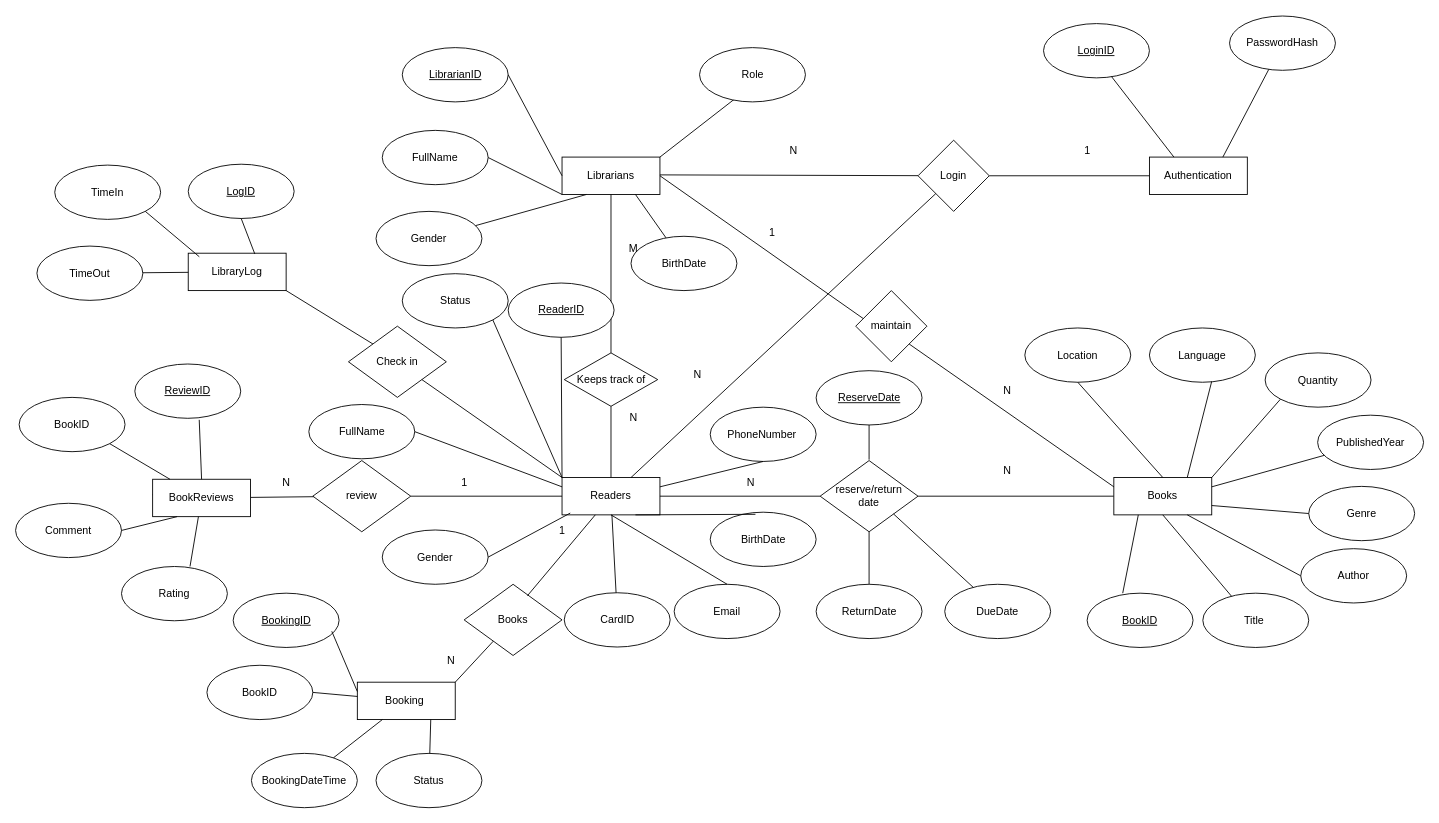
thanhpro0802/demo keeps this draw.io diagram as .idea/library.drawio. Above is the earlier version. Source tidied: cells renumbered, new cells numbered last; positions are measured from the earlier drawing's top-left corner, leaving out a move shared by most shapes. Both pictures are drawn from the tidied source at 89%, with x=0, y=0 at pixel (15, 16).
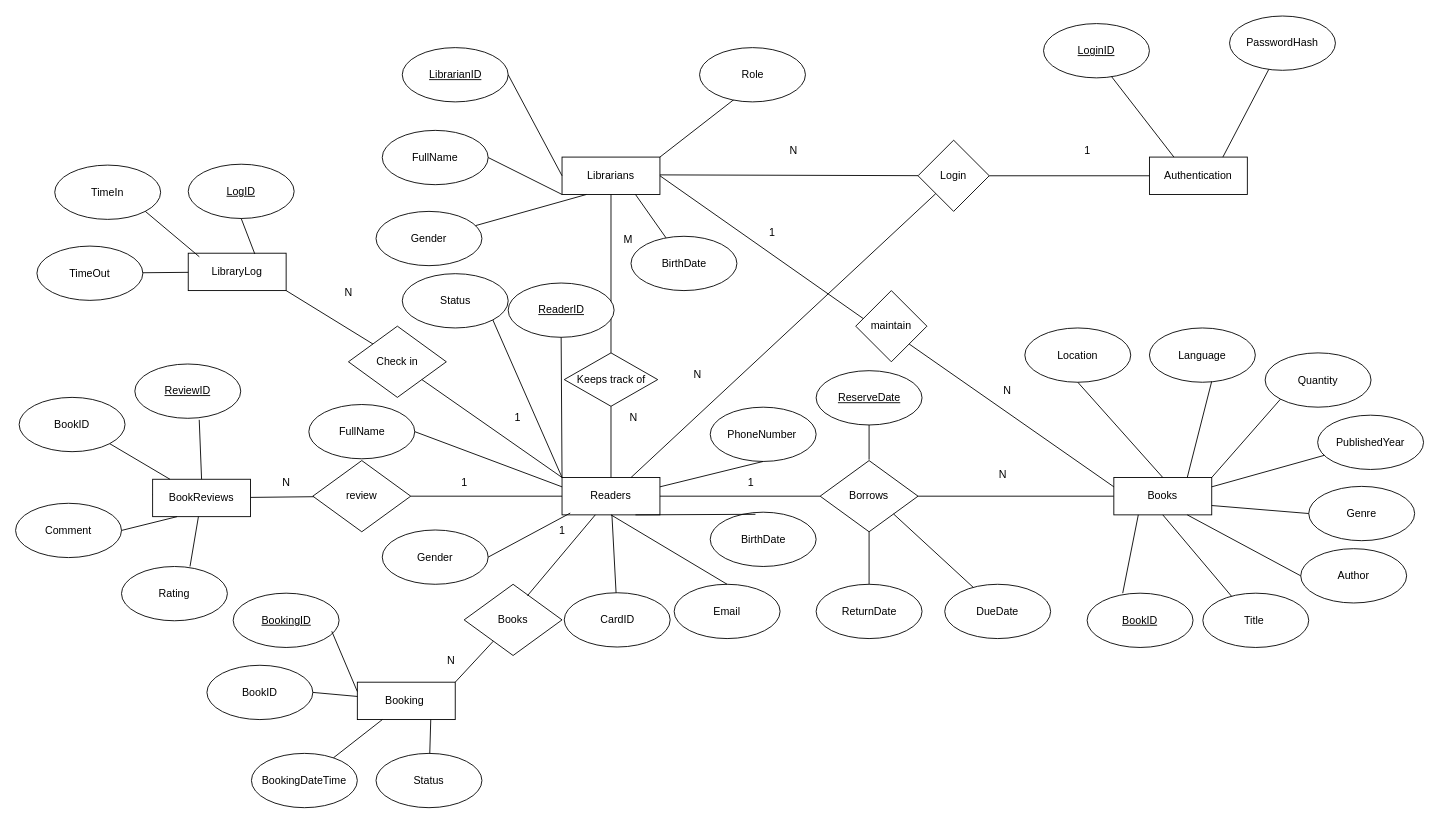
The same page after the edit.

Diff of the diagram source:
```diff
@@
-    <mxCell id="29" value="reserve/return&lt;div&gt;date&lt;/div&gt;" style="rhombus;whiteSpace=wrap;html=1;" parent="1" vertex="1">
+    <mxCell id="29" value="&lt;p data-pm-slice=&quot;1 1 [&amp;quot;document&amp;quot;,{&amp;quot;aiOptions&amp;quot;:{&amp;quot;preserveLayouts&amp;quot;:false,&amp;quot;imageOptions&amp;quot;:{&amp;quot;stylePreset&amp;quot;:&amp;quot;Theme&amp;quot;,&amp;quot;model&amp;quot;:&amp;quot;flux-1-schnell&amp;quot;,&amp;quot;stylePrompt&amp;quot;:&amp;quot;&amp;quot;}},&amp;quot;docId&amp;quot;:&amp;quot;orvs0xtj572afgd&amp;quot;,&amp;quot;background&amp;quot;:{&amp;quot;type&amp;quot;:&amp;quot;none&amp;quot;},&amp;quot;docFlags&amp;quot;:{&amp;quot;cardLayoutsEnabled&amp;quot;:true},&amp;quot;format&amp;quot;:&amp;quot;deck&amp;quot;,&amp;quot;customCode&amp;quot;:{},&amp;quot;settings&amp;quot;:{&amp;quot;defaultFullBleed&amp;quot;:&amp;quot;contained&amp;quot;,&amp;quot;stylesDerivedFrom&amp;quot;:&amp;quot;deck_default&amp;quot;,&amp;quot;cardDimensions&amp;quot;:&amp;quot;fluid&amp;quot;,&amp;quot;verticalAlign&amp;quot;:&amp;quot;center&amp;quot;,&amp;quot;defaultContentWidth&amp;quot;:&amp;quot;lg&amp;quot;,&amp;quot;fontSize&amp;quot;:&amp;quot;md&amp;quot;,&amp;quot;scaleContentToFit&amp;quot;:false,&amp;quot;animationsEnabled&amp;quot;:true},&amp;quot;generateStatus&amp;quot;:&amp;quot;done&amp;quot;,&amp;quot;generateInfo&amp;quot;:{&amp;quot;interactionId&amp;quot;:&amp;quot;kksklp9bnl08gh0&amp;quot;,&amp;quot;streamId&amp;quot;:&amp;quot;orvs0xtj572afgd&amp;quot;,&amp;quot;lastEventId&amp;quot;:&amp;quot;8&amp;quot;,&amp;quot;lastCompletedCardId&amp;quot;:&amp;quot;9kb31erje68ktce&amp;quot;,&amp;quot;lastCompletedCardIndex&amp;quot;:7}},&amp;quot;card&amp;quot;,{&amp;quot;id&amp;quot;:&amp;quot;xo8jdp2xe6d6utm&amp;quot;,&amp;quot;previewContent&amp;quot;:null,&amp;quot;background&amp;quot;:{&amp;quot;type&amp;quot;:&amp;quot;none&amp;quot;},&amp;quot;container&amp;quot;:{},&amp;quot;cardSize&amp;quot;:&amp;quot;default&amp;quot;,&amp;quot;layout&amp;quot;:&amp;quot;blank&amp;quot;,&amp;quot;layoutTemplateColumns&amp;quot;:null,&amp;quot;layoutTemplateRows&amp;quot;:null,&amp;quot;verticalAlign&amp;quot;:null,&amp;quot;generatorInput&amp;quot;:null,&amp;quot;fontScale&amp;quot;:null,&amp;quot;cardMarginSettings&amp;quot;:{},&amp;quot;hidden&amp;quot;:false},&amp;quot;cardLayoutItem&amp;quot;,{&amp;quot;itemId&amp;quot;:&amp;quot;body&amp;quot;},&amp;quot;table&amp;quot;,{&amp;quot;colWidths&amp;quot;:[20,20,20,20,20],&amp;quot;fullWidthBlock&amp;quot;:false},&amp;quot;tableRow&amp;quot;,{},&amp;quot;tableCell&amp;quot;,{&amp;quot;colspan&amp;quot;:1,&amp;quot;rowspan&amp;quot;:1}]&quot; class=&quot;paragraph&quot;&gt;Borrows&lt;/p&gt;" style="rhombus;whiteSpace=wrap;html=1;" parent="1" vertex="1">
       <mxGeometry x="904" y="499" width="110" height="80" as="geometry" />
     </mxCell>
@@
     <mxCell id="65" value="M" style="text;html=1;align=center;verticalAlign=middle;strokeColor=none;fillColor=none;" parent="1" vertex="1">
-      <mxGeometry x="679" y="246" width="30" height="30" as="geometry" />
+      <mxGeometry x="672.5" y="236" width="30" height="30" as="geometry" />
     </mxCell>
@@
     <mxCell id="67" value="N" style="text;html=1;align=center;verticalAlign=middle;strokeColor=none;fillColor=none;" parent="1" vertex="1">
-      <mxGeometry x="1099" y="496" width="30" height="30" as="geometry" />
+      <mxGeometry x="1094" y="500" width="30" height="30" as="geometry" />
     </mxCell>
@@
-    <mxCell id="102" value="N" style="text;html=1;align=center;verticalAlign=middle;strokeColor=none;fillColor=none;" parent="1" vertex="1">
+    <mxCell id="102" value="1" style="text;html=1;align=center;verticalAlign=middle;strokeColor=none;fillColor=none;" parent="1" vertex="1">
       <mxGeometry x="810.5" y="509" width="30" height="30" as="geometry" />
     </mxCell>
@@
+    <mxCell id="119" value="1" style="text;html=1;align=center;verticalAlign=middle;strokeColor=none;fillColor=none;" parent="1" vertex="1">
+      <mxGeometry x="549" y="436" width="30" height="30" as="geometry" />
+    </mxCell>
+    <mxCell id="120" value="N" style="text;html=1;align=center;verticalAlign=middle;strokeColor=none;fillColor=none;" parent="1" vertex="1">
+      <mxGeometry x="359" y="296" width="30" height="30" as="geometry" />
+    </mxCell>
```
